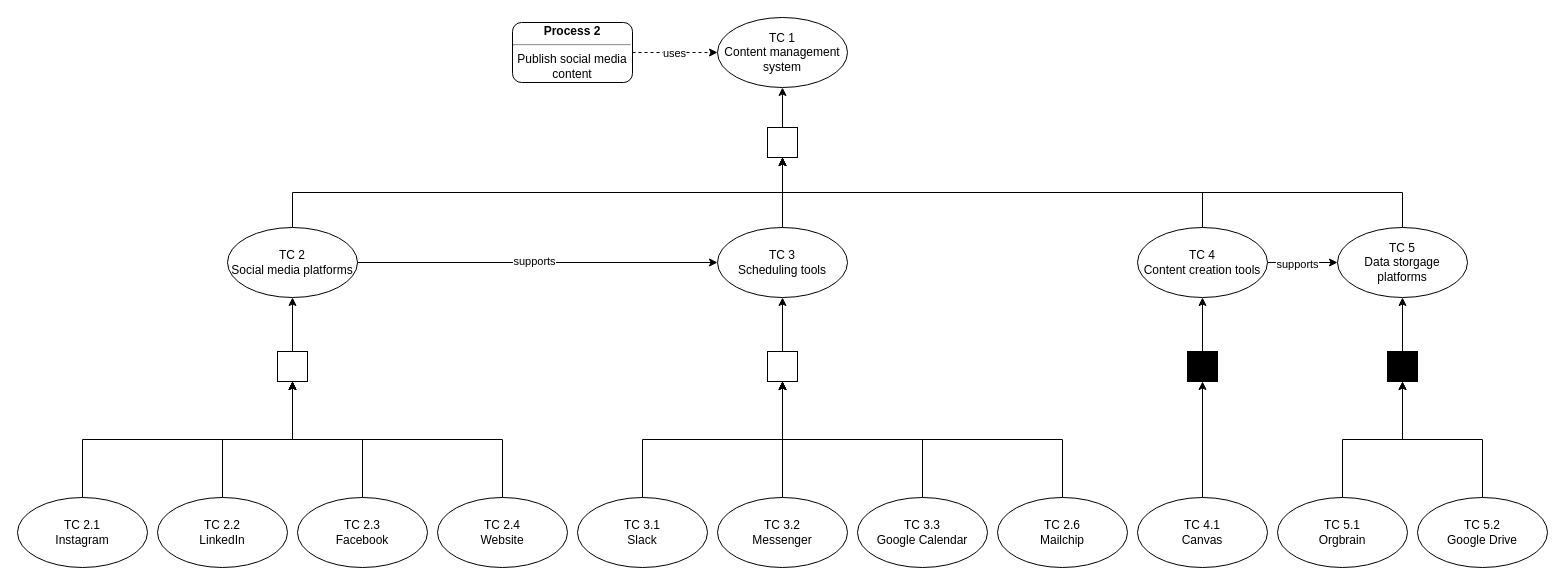
Earlier version of the draw.io diagram page "technology" (7 of 8) of Start Norge.drawio (marhjoh/TDT4252-Enterprise-Architecture-for-Enterprise-Innovation). Source tidied: cells renumbered, new cells numbered last; positions are measured from the earlier drawing's top-left corner, leaving out a move shared by most shapes. Both pictures are drawn from the tidied source at 100%, with x=0, y=0 at pixel (17, 17).
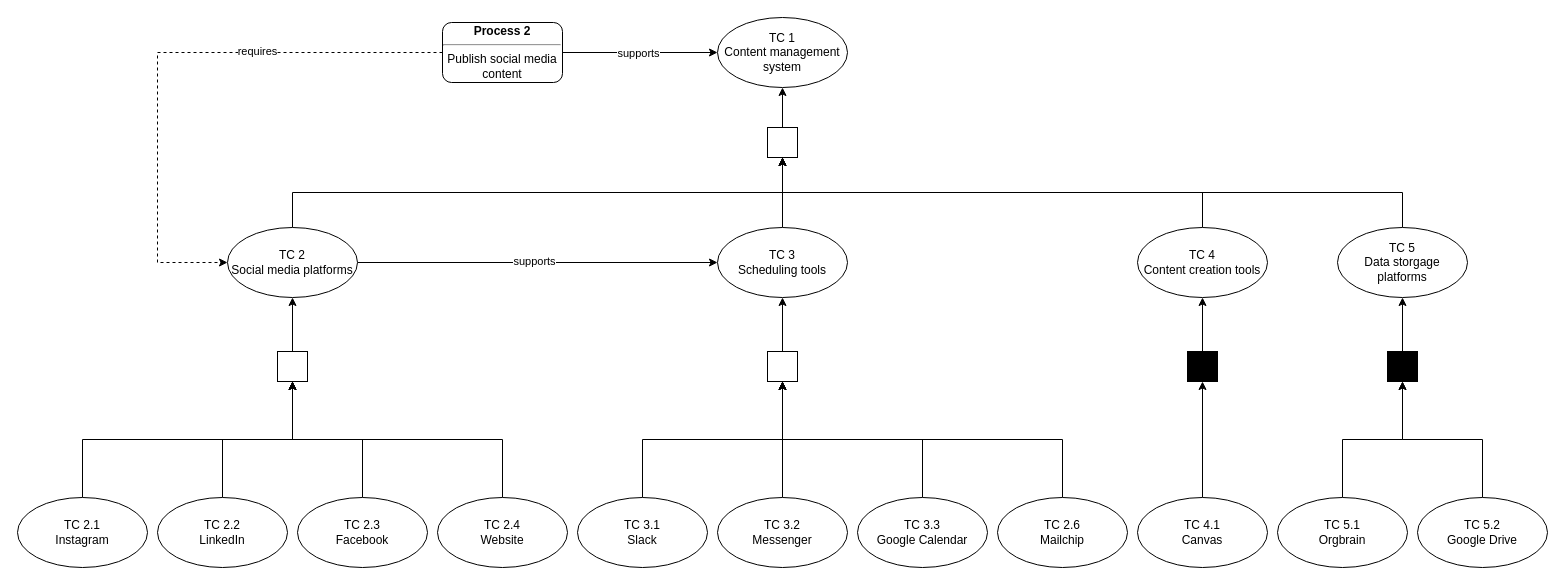
Above is the later version.

The change refers to these unchanged cells:
```xml
<mxCell id="5" value="&lt;div&gt;TC 1&lt;/div&gt;&lt;div&gt;Content management system&lt;/div&gt;" style="ellipse;whiteSpace=wrap;html=1;" parent="1" vertex="1">
  <mxGeometry x="700" width="130" height="70" as="geometry" />
</mxCell>
<mxCell id="11" value="&lt;div&gt;TC 2&lt;/div&gt;Social media platforms" style="ellipse;whiteSpace=wrap;html=1;" parent="1" vertex="1">
  <mxGeometry x="210" y="210" width="130" height="70" as="geometry" />
</mxCell>
<mxCell id="19" value="&lt;div&gt;TC 4&lt;/div&gt;Content creation tools" style="ellipse;whiteSpace=wrap;html=1;" parent="1" vertex="1">
  <mxGeometry x="1120" y="210" width="130" height="70" as="geometry" />
</mxCell>
<mxCell id="45" value="&lt;div&gt;TC 5&lt;/div&gt;Data storgage platforms" style="ellipse;whiteSpace=wrap;html=1;" parent="1" vertex="1">
  <mxGeometry x="1320" y="210" width="130" height="70" as="geometry" />
</mxCell>
```

The edit, as a diff of the source:
```diff
@@
-    <mxCell id="2" style="edgeStyle=orthogonalEdgeStyle;rounded=0;jettySize=auto;html=1;entryX=0;entryY=0.5;entryDx=0;entryDy=0;dashed=1;" parent="1" edge="1" source="4" target="5">
+    <mxCell id="2" style="edgeStyle=orthogonalEdgeStyle;rounded=0;jettySize=auto;html=1;entryX=0;entryY=0.5;entryDx=0;entryDy=0;" parent="1" edge="1" source="4" target="5">
       <mxGeometry relative="1" as="geometry" />
     </mxCell>
-    <mxCell id="3" value="uses" style="edgeLabel;html=1;align=center;verticalAlign=middle;" parent="2" vertex="1">
+    <mxCell id="3" value="supports" style="edgeLabel;html=1;align=center;verticalAlign=middle;" parent="2" vertex="1">
       <mxGeometry x="-0.03" relative="1" as="geometry" />
     </mxCell>
+    <mxCell id="50" style="edgeStyle=orthogonalEdgeStyle;rounded=0;jettySize=auto;html=1;entryX=0;entryY=0.5;entryDx=0;entryDy=0;dashed=1;" parent="1" edge="1" source="4" target="11">
+      <mxGeometry relative="1" as="geometry">
+        <Array as="points">
+          <mxPoint x="140" y="35" />
+          <mxPoint x="140" y="245" />
+        </Array>
+      </mxGeometry>
+    </mxCell>
+    <mxCell id="51" value="requires" style="edgeLabel;html=1;align=center;verticalAlign=middle;" parent="50" vertex="1">
+      <mxGeometry x="-0.34" y="-2" relative="1" as="geometry" />
+    </mxCell>
     <mxCell id="4" value="&lt;b&gt;Process 2&lt;/b&gt;&lt;hr&gt;Publish social media content&lt;div&gt;&lt;/div&gt;" style="rounded=1;whiteSpace=wrap;html=1;" parent="1" vertex="1">
-      <mxGeometry x="495" y="5" width="120" height="60" as="geometry" />
+      <mxGeometry x="425" y="5" width="120" height="60" as="geometry" />
     </mxCell>
@@
-    <mxCell id="17" style="edgeStyle=orthogonalEdgeStyle;rounded=0;jettySize=auto;html=1;entryX=0;entryY=0.5;entryDx=0;entryDy=0;" parent="1" edge="1" source="19" target="45">
-      <mxGeometry relative="1" as="geometry" />
-    </mxCell>
-    <mxCell id="18" value="supports" style="edgeLabel;html=1;align=center;verticalAlign=middle;" parent="17" vertex="1">
-      <mxGeometry x="-0.16" y="-1" relative="1" as="geometry" />
-    </mxCell>
```
